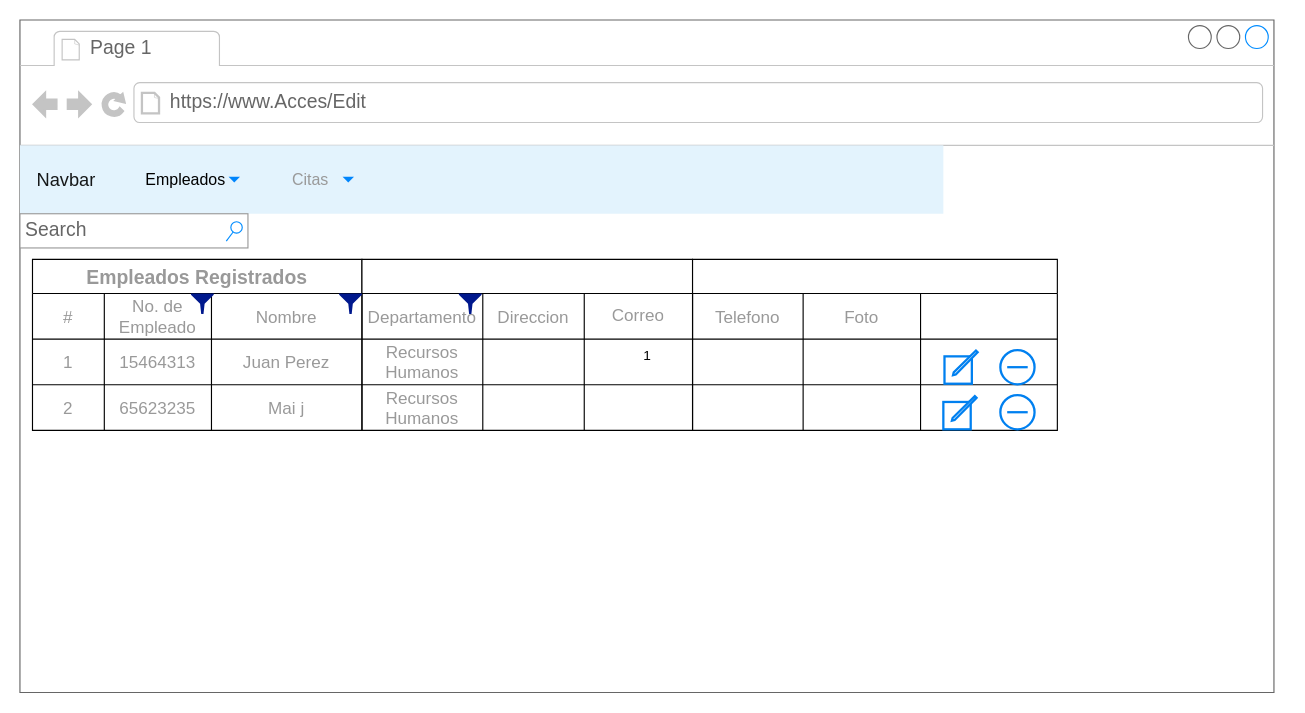
Before: page "Edit" (4 of 10) of Untitled Diagram.drawio in GwenBZ/AccesoEmpresa, a draw.io diagram. Source tidied: cells renumbered, new cells numbered last; positions are measured from the earlier drawing's top-left corner, leaving out a move shared by most shapes. Both pictures are drawn from the tidied source at 114%, with x=0, y=0 at pixel (19, 19).
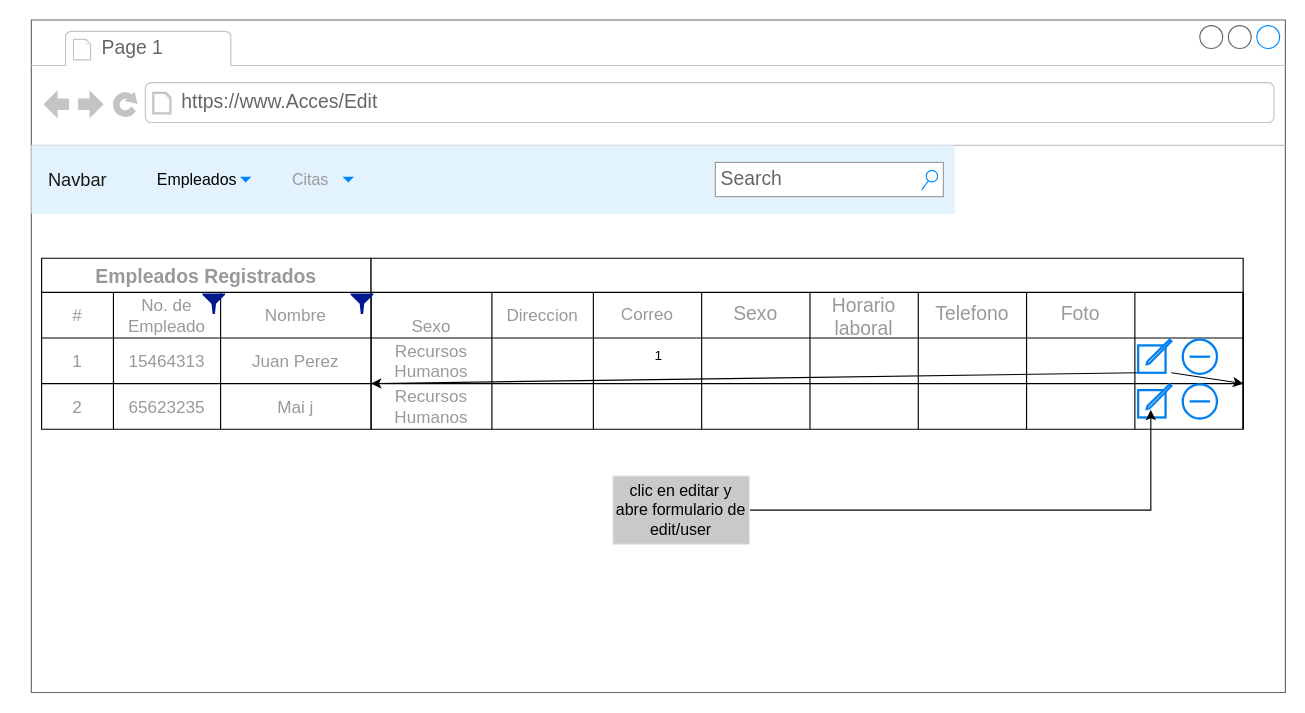
After the change.

The change refers to these unchanged cells:
```xml
<mxCell id="5" value="Navbar" style="html=1;shadow=0;dashed=0;fillColor=#E3F3FD;strokeColor=none;fontSize=16;fontColor=#161819;align=left;spacing=15;" parent="2" vertex="1">
  <mxGeometry y="110" width="810" height="60" as="geometry" />
</mxCell>
```

Diff of the diagram source:
```diff
@@
     <mxCell id="2" value="1" style="strokeWidth=1;shadow=0;dashed=0;align=center;html=1;shape=mxgraph.mockup.containers.browserWindow;rSize=0;strokeColor=#666666;strokeColor2=#008cff;strokeColor3=#c4c4c4;mainText=,;" parent="1" vertex="1">
-      <mxGeometry width="1100" height="590" as="geometry" />
+      <mxGeometry x="10" width="1100" height="590" as="geometry" />
     </mxCell>
@@
+    <mxCell id="52" value="Search" style="strokeWidth=1;shadow=0;dashed=0;align=center;html=1;shape=mxgraph.mockup.forms.searchBox;strokeColor=#999999;mainText=;strokeColor2=#008cff;fontColor=#666666;fontSize=17;align=left;spacingLeft=3;" parent="5" vertex="1">
+      <mxGeometry x="600" y="15" width="200" height="30" as="geometry" />
+    </mxCell>
     <mxCell id="8" value="Empleados Registrados " style="shape=table;startSize=30;childLayout=tableLayout;fontStyle=1;align=center;fontSize=17;fontColor=#999999;" parent="2" vertex="1">
-      <mxGeometry x="11" y="210" width="289" height="150" as="geometry" />
+      <mxGeometry x="9" y="209" width="289" height="150" as="geometry" />
     </mxCell>
@@
     <mxCell id="21" style="shape=table;startSize=30;childLayout=tableLayout;fontStyle=1;align=center;fontSize=15;fontColor=#999999;" parent="2" vertex="1">
-      <mxGeometry x="300" y="210" width="290" height="150" as="geometry" />
+      <mxGeometry x="298" y="209" width="765" height="150" as="geometry" />
     </mxCell>
     <mxCell id="22" style="shape=tableRow;horizontal=0;startSize=0;swimlaneHead=0;swimlaneBody=0;top=0;left=0;bottom=0;right=0;fillColor=none;fontSize=17;fontColor=#999999;" parent="21" vertex="1">
-      <mxGeometry y="30" width="290" height="40" as="geometry" />
+      <mxGeometry y="30" width="765" height="40" as="geometry" />
     </mxCell>
-    <mxCell id="23" value="Departamento" style="shape=partialRectangle;html=1;whiteSpace=wrap;fillColor=none;top=0;left=0;bottom=0;right=0;overflow=hidden;fontSize=15;fontColor=#999999;" parent="22" vertex="1">
+    <mxCell id="23" value="&#10;Sexo&#10;&#10;" style="shape=partialRectangle;html=1;whiteSpace=wrap;fillColor=none;top=0;left=0;bottom=0;right=0;overflow=hidden;fontSize=15;fontColor=#999999;" parent="22" vertex="1">
       <mxGeometry width="106" height="40" as="geometry" />
     </mxCell>
@@
+    <mxCell id="58" value="Sexo&lt;br&gt;" style="shape=partialRectangle;html=1;whiteSpace=wrap;fillColor=none;top=0;left=0;bottom=0;right=0;overflow=hidden;fontSize=17;fontColor=#999999;" parent="22" vertex="1">
+      <mxGeometry x="290" width="95" height="40" as="geometry" />
+    </mxCell>
+    <mxCell id="59" value="Horario laboral&lt;br&gt;" style="shape=partialRectangle;html=1;whiteSpace=wrap;fillColor=none;top=0;left=0;bottom=0;right=0;overflow=hidden;fontSize=17;fontColor=#999999;" parent="22" vertex="1">
+      <mxGeometry x="385" width="95" height="40" as="geometry" />
+    </mxCell>
+    <mxCell id="36" value="Telefono" style="shape=partialRectangle;html=1;whiteSpace=wrap;fillColor=none;top=0;left=0;bottom=0;right=0;overflow=hidden;fontSize=17;fontColor=#999999;" parent="22" vertex="1">
+      <mxGeometry x="480" width="95" height="40" as="geometry" />
+    </mxCell>
+    <mxCell id="37" value="Foto" style="shape=partialRectangle;html=1;whiteSpace=wrap;fillColor=none;top=0;left=0;bottom=0;right=0;overflow=hidden;fontSize=17;fontColor=#999999;" parent="22" vertex="1">
+      <mxGeometry x="575" width="95" height="40" as="geometry" />
+    </mxCell>
+    <mxCell id="60" style="shape=partialRectangle;html=1;whiteSpace=wrap;fillColor=none;top=0;left=0;bottom=0;right=0;overflow=hidden;fontSize=17;fontColor=#999999;" parent="22" vertex="1">
+      <mxGeometry x="670" width="95" height="40" as="geometry" />
+    </mxCell>
     <mxCell id="26" style="shape=tableRow;horizontal=0;startSize=0;swimlaneHead=0;swimlaneBody=0;top=0;left=0;bottom=0;right=0;fillColor=none;fontSize=17;fontColor=#999999;" parent="21" vertex="1">
-      <mxGeometry y="70" width="290" height="40" as="geometry" />
+      <mxGeometry y="70" width="765" height="40" as="geometry" />
     </mxCell>
@@
+    <mxCell id="61" style="shape=partialRectangle;html=1;whiteSpace=wrap;fillColor=none;top=0;left=0;bottom=0;right=0;overflow=hidden;fontSize=17;fontColor=#999999;" parent="26" vertex="1">
+      <mxGeometry x="290" width="95" height="40" as="geometry" />
+    </mxCell>
+    <mxCell id="62" style="shape=partialRectangle;html=1;whiteSpace=wrap;fillColor=none;top=0;left=0;bottom=0;right=0;overflow=hidden;fontSize=17;fontColor=#999999;" parent="26" vertex="1">
+      <mxGeometry x="385" width="95" height="40" as="geometry" />
+    </mxCell>
+    <mxCell id="63" style="shape=partialRectangle;html=1;whiteSpace=wrap;fillColor=none;top=0;left=0;bottom=0;right=0;overflow=hidden;fontSize=17;fontColor=#999999;" parent="26" vertex="1">
+      <mxGeometry x="480" width="95" height="40" as="geometry" />
+    </mxCell>
+    <mxCell id="64" style="shape=partialRectangle;html=1;whiteSpace=wrap;fillColor=none;top=0;left=0;bottom=0;right=0;overflow=hidden;fontSize=17;fontColor=#999999;" parent="26" vertex="1">
+      <mxGeometry x="575" width="95" height="40" as="geometry" />
+    </mxCell>
+    <mxCell id="65" style="shape=partialRectangle;html=1;whiteSpace=wrap;fillColor=none;top=0;left=0;bottom=0;right=0;overflow=hidden;fontSize=17;fontColor=#999999;" parent="26" vertex="1">
+      <mxGeometry x="670" width="95" height="40" as="geometry" />
+    </mxCell>
     <mxCell id="30" style="shape=tableRow;horizontal=0;startSize=0;swimlaneHead=0;swimlaneBody=0;top=0;left=0;bottom=0;right=0;fillColor=none;fontSize=17;fontColor=#999999;" parent="21" vertex="1">
-      <mxGeometry y="110" width="290" height="40" as="geometry" />
+      <mxGeometry y="110" width="765" height="40" as="geometry" />
     </mxCell>
@@
-    <mxCell id="34" style="shape=table;startSize=30;childLayout=tableLayout;fontStyle=1;align=center;fontSize=15;fontColor=#999999;" parent="2" vertex="1">
-      <mxGeometry x="590" y="210" width="320" height="150" as="geometry" />
-    </mxCell>
-    <mxCell id="35" style="shape=tableRow;horizontal=0;startSize=0;swimlaneHead=0;swimlaneBody=0;top=0;left=0;bottom=0;right=0;fillColor=none;fontSize=17;fontColor=#999999;" parent="34" vertex="1">
-      <mxGeometry y="30" width="320" height="40" as="geometry" />
-    </mxCell>
-    <mxCell id="36" value="Telefono" style="shape=partialRectangle;html=1;whiteSpace=wrap;fillColor=none;top=0;left=0;bottom=0;right=0;overflow=hidden;fontSize=15;fontColor=#999999;" parent="35" vertex="1">
-      <mxGeometry width="97" height="40" as="geometry" />
-    </mxCell>
-    <mxCell id="37" value="Foto" style="shape=partialRectangle;html=1;whiteSpace=wrap;fillColor=none;top=0;left=0;bottom=0;right=0;overflow=hidden;fontSize=15;fontColor=#999999;" parent="35" vertex="1">
-      <mxGeometry x="97" width="103" height="40" as="geometry" />
-    </mxCell>
-    <mxCell id="38" style="shape=partialRectangle;html=1;whiteSpace=wrap;fillColor=none;top=0;left=0;bottom=0;right=0;overflow=hidden;fontSize=17;fontColor=#999999;" parent="35" vertex="1">
-      <mxGeometry x="200" width="120" height="40" as="geometry" />
-    </mxCell>
-    <mxCell id="39" style="shape=tableRow;horizontal=0;startSize=0;swimlaneHead=0;swimlaneBody=0;top=0;left=0;bottom=0;right=0;fillColor=none;fontSize=17;fontColor=#999999;" parent="34" vertex="1">
-      <mxGeometry y="70" width="320" height="40" as="geometry" />
-    </mxCell>
-    <mxCell id="40" style="shape=partialRectangle;html=1;whiteSpace=wrap;fillColor=none;top=0;left=0;bottom=0;right=0;overflow=hidden;fontSize=15;fontColor=#999999;" parent="39" vertex="1">
-      <mxGeometry width="97" height="40" as="geometry" />
-    </mxCell>
-    <mxCell id="41" style="shape=partialRectangle;html=1;whiteSpace=wrap;fillColor=none;top=0;left=0;bottom=0;right=0;overflow=hidden;fontSize=15;fontColor=#999999;" parent="39" vertex="1">
-      <mxGeometry x="97" width="103" height="40" as="geometry" />
-    </mxCell>
-    <mxCell id="42" style="shape=partialRectangle;html=1;whiteSpace=wrap;fillColor=none;top=0;left=0;bottom=0;right=0;overflow=hidden;fontSize=17;fontColor=#999999;" parent="39" vertex="1">
-      <mxGeometry x="200" width="120" height="40" as="geometry" />
-    </mxCell>
-    <mxCell id="43" style="shape=tableRow;horizontal=0;startSize=0;swimlaneHead=0;swimlaneBody=0;top=0;left=0;bottom=0;right=0;fillColor=none;fontSize=17;fontColor=#999999;" parent="34" vertex="1">
-      <mxGeometry y="110" width="320" height="40" as="geometry" />
-    </mxCell>
-    <mxCell id="44" style="shape=partialRectangle;html=1;whiteSpace=wrap;fillColor=none;top=0;left=0;bottom=0;right=0;overflow=hidden;fontSize=15;fontColor=#999999;" parent="43" vertex="1">
-      <mxGeometry width="97" height="40" as="geometry" />
-    </mxCell>
-    <mxCell id="45" style="shape=partialRectangle;html=1;whiteSpace=wrap;fillColor=none;top=0;left=0;bottom=0;right=0;overflow=hidden;fontSize=15;fontColor=#999999;" parent="43" vertex="1">
-      <mxGeometry x="97" width="103" height="40" as="geometry" />
-    </mxCell>
-    <mxCell id="46" style="shape=partialRectangle;html=1;whiteSpace=wrap;fillColor=none;top=0;left=0;bottom=0;right=0;overflow=hidden;fontSize=17;fontColor=#999999;" parent="43" vertex="1">
-      <mxGeometry x="200" width="120" height="40" as="geometry" />
-    </mxCell>
+    <mxCell id="66" style="shape=partialRectangle;html=1;whiteSpace=wrap;fillColor=none;top=0;left=0;bottom=0;right=0;overflow=hidden;fontSize=17;fontColor=#999999;" parent="30" vertex="1">
+      <mxGeometry x="290" width="95" height="40" as="geometry" />
+    </mxCell>
+    <mxCell id="67" style="shape=partialRectangle;html=1;whiteSpace=wrap;fillColor=none;top=0;left=0;bottom=0;right=0;overflow=hidden;fontSize=17;fontColor=#999999;" parent="30" vertex="1">
+      <mxGeometry x="385" width="95" height="40" as="geometry" />
+    </mxCell>
+    <mxCell id="68" style="shape=partialRectangle;html=1;whiteSpace=wrap;fillColor=none;top=0;left=0;bottom=0;right=0;overflow=hidden;fontSize=17;fontColor=#999999;" parent="30" vertex="1">
+      <mxGeometry x="480" width="95" height="40" as="geometry" />
+    </mxCell>
+    <mxCell id="69" style="shape=partialRectangle;html=1;whiteSpace=wrap;fillColor=none;top=0;left=0;bottom=0;right=0;overflow=hidden;fontSize=17;fontColor=#999999;" parent="30" vertex="1">
+      <mxGeometry x="575" width="95" height="40" as="geometry" />
+    </mxCell>
+    <mxCell id="70" style="shape=partialRectangle;html=1;whiteSpace=wrap;fillColor=none;top=0;left=0;bottom=0;right=0;overflow=hidden;fontSize=17;fontColor=#999999;" parent="30" vertex="1">
+      <mxGeometry x="670" width="95" height="40" as="geometry" />
+    </mxCell>
+    <mxCell id="71" style="whiteSpace=wrap;html=1;fontSize=15;verticalAlign=top;strokeColor=#0080F0;fontColor=#999999;labelBackgroundColor=#ffffff;strokeWidth=2;shadow=0;dashed=0;" parent="30" vertex="1">
+      <mxGeometry x="765" height="40" as="geometry" />
+    </mxCell>
+    <mxCell id="72" style="whiteSpace=wrap;html=1;fontSize=15;verticalAlign=top;strokeColor=#0080F0;fontColor=#999999;labelBackgroundColor=#ffffff;strokeWidth=2;shadow=0;dashed=0;" parent="30" vertex="1">
+      <mxGeometry height="40" as="geometry" />
+    </mxCell>
+    <mxCell id="73" style="edgeStyle=orthogonalEdgeStyle;rounded=0;jettySize=auto;html=1;fontSize=14;" parent="2" edge="1" source="47" target="71">
+      <mxGeometry relative="1" as="geometry" />
+    </mxCell>
+    <mxCell id="74" style="edgeStyle=orthogonalEdgeStyle;rounded=0;jettySize=auto;html=1;fontSize=14;" parent="2" edge="1" source="47" target="72">
+      <mxGeometry relative="1" as="geometry" />
+    </mxCell>
     <mxCell id="47" style="html=1;verticalLabelPosition=bottom;align=center;labelBackgroundColor=#ffffff;verticalAlign=top;strokeWidth=2;strokeColor=#0080F0;shadow=0;dashed=0;shape=mxgraph.ios7.icons.compose;fontSize=15;fontColor=#999999;" parent="2" vertex="1">
-      <mxGeometry x="811" y="290" width="29.1" height="29.1" as="geometry" />
+      <mxGeometry x="970.9" y="280.4" width="29.1" height="29.1" as="geometry" />
     </mxCell>
     <mxCell id="48" style="html=1;verticalLabelPosition=bottom;align=center;labelBackgroundColor=#ffffff;verticalAlign=top;strokeWidth=2;strokeColor=#0080F0;shadow=0;dashed=0;shape=mxgraph.ios7.icons.compose;fontSize=15;fontColor=#999999;" parent="2" vertex="1">
-      <mxGeometry x="810" y="330" width="29.1" height="29.1" as="geometry" />
+      <mxGeometry x="970.9" y="319.6" width="29.1" height="29.1" as="geometry" />
     </mxCell>
     <mxCell id="49" style="shape=partialRectangle;html=1;whiteSpace=wrap;fillColor=none;top=0;left=0;bottom=0;right=0;overflow=hidden;fontSize=17;fontColor=#999999;" parent="2" vertex="1">
-      <mxGeometry x="785" y="360" width="95" height="40" as="geometry" />
+      <mxGeometry x="895" y="360" width="95" height="40" as="geometry" />
     </mxCell>
     <mxCell id="50" style="html=1;verticalLabelPosition=bottom;align=center;labelBackgroundColor=#ffffff;verticalAlign=top;strokeWidth=2;strokeColor=#0080F0;shadow=0;dashed=0;shape=mxgraph.ios7.icons.delete;fontSize=15;fontColor=#999999;" parent="2" vertex="1">
-      <mxGeometry x="860" y="289.6" width="30" height="30" as="geometry" />
+      <mxGeometry x="1010" y="280.4" width="30" height="30" as="geometry" />
     </mxCell>
     <mxCell id="51" style="html=1;verticalLabelPosition=bottom;align=center;labelBackgroundColor=#ffffff;verticalAlign=top;strokeWidth=2;strokeColor=#0080F0;shadow=0;dashed=0;shape=mxgraph.ios7.icons.delete;fontSize=15;fontColor=#999999;" parent="2" vertex="1">
-      <mxGeometry x="860" y="329.1" width="30" height="30" as="geometry" />
+      <mxGeometry x="1010" y="319.6" width="30" height="30" as="geometry" />
     </mxCell>
-    <mxCell id="52" value="Search" style="strokeWidth=1;shadow=0;dashed=0;align=center;html=1;shape=mxgraph.mockup.forms.searchBox;strokeColor=#999999;mainText=;strokeColor2=#008cff;fontColor=#666666;fontSize=17;align=left;spacingLeft=3;" parent="2" vertex="1">
-      <mxGeometry y="170" width="200" height="30" as="geometry" />
-    </mxCell>
@@
-    <mxCell id="55" style="sketch=0;shadow=0;dashed=0;html=1;strokeColor=none;labelPosition=center;verticalLabelPosition=bottom;verticalAlign=top;align=center;fillColor=#00188D;shape=mxgraph.mscae.enterprise.filter;" parent="2" vertex="1">
-      <mxGeometry x="385" y="240" width="20" height="18" as="geometry" />
-    </mxCell>
+    <mxCell id="75" style="edgeStyle=orthogonalEdgeStyle;rounded=0;jettySize=auto;html=1;entryX=0.381;entryY=0.771;entryDx=0;entryDy=0;entryPerimeter=0;fontSize=14;" parent="2" edge="1" source="76" target="48">
+      <mxGeometry relative="1" as="geometry" />
+    </mxCell>
+    <mxCell id="76" value="clic en editar y abre formulario de edit/user" style="rounded=0;whiteSpace=wrap;html=1;fontSize=14;strokeColor=#EBEBEB;fillColor=#C9C9C9;" parent="2" vertex="1">
+      <mxGeometry x="510" y="400" width="120" height="60" as="geometry" />
+    </mxCell>
```
